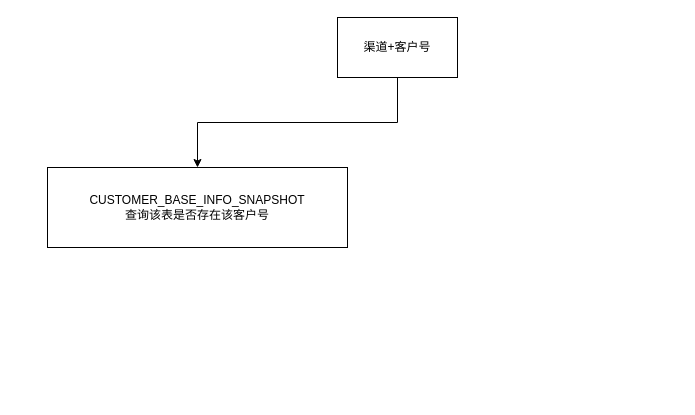
rainerpiao/cloud-computing keeps this draw.io diagram as 客户关系查询.drawio. Above is the earlier version. Source tidied: cells renumbered, new cells numbered last; positions are measured from the earlier drawing's top-left corner, leaving out a move shared by most shapes. Both pictures are drawn from the tidied source at 100%, with x=0, y=0 at pixel (47, 17).
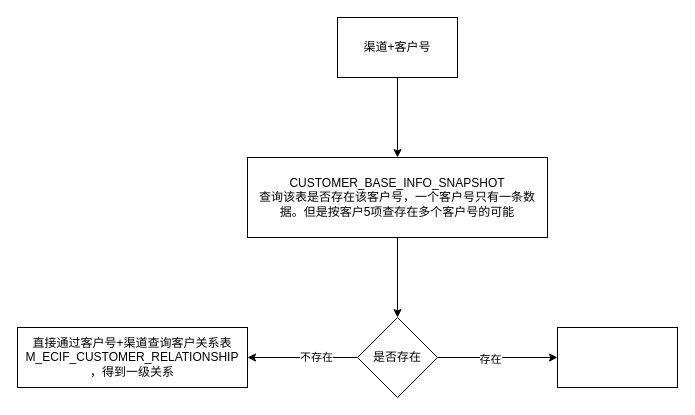
The same page after the edit.

Commit message (it also covers changes not shown here):
更新客户关系查询.drawio

Change to the diagram source:
```diff
@@
 <mxGraphModel>
   <root>
     <mxCell id="0" />
     <mxCell id="1" parent="0" />
     <mxCell id="2" style="edgeStyle=orthogonalEdgeStyle;rounded=0;jettySize=auto;html=1;" parent="1" edge="1" source="3" target="4">
       <mxGeometry relative="1" as="geometry" />
     </mxCell>
     <mxCell id="3" value="渠道+客户号" style="rounded=0;whiteSpace=wrap;html=1;" parent="1" vertex="1">
       <mxGeometry x="290" width="120" height="60" as="geometry" />
     </mxCell>
+    <mxCell id="5" style="edgeStyle=orthogonalEdgeStyle;rounded=0;jettySize=auto;html=1;" parent="1" edge="1" source="4" target="10">
+      <mxGeometry relative="1" as="geometry" />
+    </mxCell>
-    <mxCell id="4" value="CUSTOMER_BASE_INFO_SNAPSHOT&lt;div&gt;查询该表是否存在该客户号&lt;/div&gt;" style="whiteSpace=wrap;html=1;rounded=0;" parent="1" vertex="1">
-      <mxGeometry y="150" width="300" height="80" as="geometry" />
+    <mxCell id="4" value="CUSTOMER_BASE_INFO_SNAPSHOT&lt;div&gt;查询该表是否存在该客户号，一个客户号只有一条数据。但是按客户5项查存在多个客户号的可能&lt;/div&gt;" style="whiteSpace=wrap;html=1;rounded=0;" parent="1" vertex="1">
+      <mxGeometry x="200" y="140" width="300" height="80" as="geometry" />
     </mxCell>
+    <mxCell id="6" style="edgeStyle=orthogonalEdgeStyle;rounded=0;jettySize=auto;html=1;" parent="1" edge="1" source="10" target="11">
+      <mxGeometry relative="1" as="geometry" />
+    </mxCell>
+    <mxCell id="7" value="不存在" style="edgeLabel;html=1;align=center;verticalAlign=middle;" parent="6" vertex="1">
+      <mxGeometry x="-0.23" y="-1" relative="1" as="geometry" />
+    </mxCell>
+    <mxCell id="8" style="edgeStyle=orthogonalEdgeStyle;rounded=0;jettySize=auto;html=1;" parent="1" edge="1" source="10" target="12">
+      <mxGeometry relative="1" as="geometry" />
+    </mxCell>
+    <mxCell id="9" value="存在" style="edgeLabel;html=1;align=center;verticalAlign=middle;" parent="8" vertex="1">
+      <mxGeometry x="-0.13" y="-1" relative="1" as="geometry" />
+    </mxCell>
+    <mxCell id="10" value="是否存在" style="rhombus;whiteSpace=wrap;html=1;rounded=0;" parent="1" vertex="1">
+      <mxGeometry x="310" y="300" width="80" height="80" as="geometry" />
+    </mxCell>
+    <mxCell id="11" value="直接通过客户号+渠道查询客户关系表&lt;div&gt;M_ECIF_CUSTOMER_RELATIONSHIP&lt;br&gt;&lt;div&gt;，得到一级关系&lt;/div&gt;&lt;/div&gt;" style="whiteSpace=wrap;html=1;rounded=0;" parent="1" vertex="1">
+      <mxGeometry x="-30" y="310" width="230" height="60" as="geometry" />
+    </mxCell>
+    <mxCell id="12" style="whiteSpace=wrap;html=1;rounded=0;" parent="1" vertex="1">
+      <mxGeometry x="510" y="310" width="120" height="60" as="geometry" />
+    </mxCell>
   </root>
 </mxGraphModel>
```
